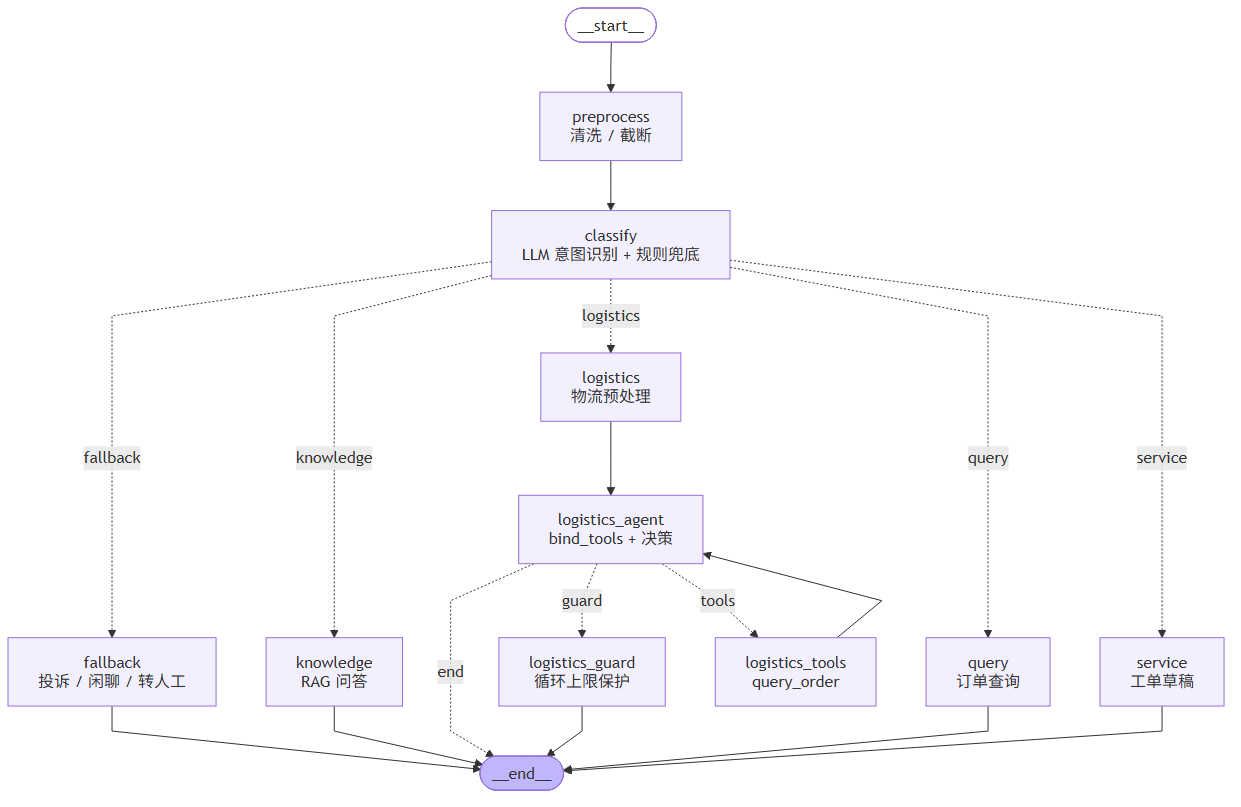
Above: docs/graph.png in II777II/qa-ticket-agent (Mermaid), before the change. Its source is kept beside it as docs/graph.mmd.
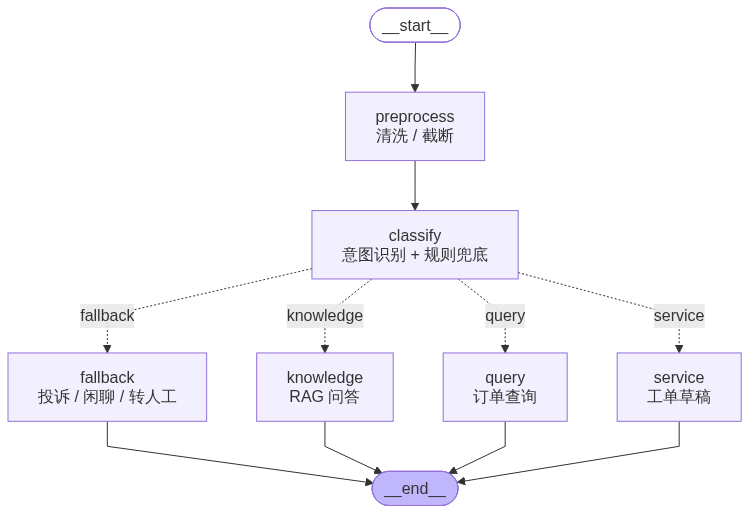
After the change.

Change to the diagram source:
```diff
@@ -6,31 +6,20 @@
 graph TD;
 	__start__([<p>__start__</p>]):::first
 	preprocess["preprocess<br/>清洗 / 截断"]
-	classify["classify<br/>LLM 意图识别 + 规则兜底"]
+	classify["classify<br/>意图识别 + 规则兜底"]
 	knowledge["knowledge<br/>RAG 问答"]
 	query["query<br/>订单查询"]
 	service["service<br/>工单草稿"]
-	logistics["logistics<br/>物流预处理"]
-	logistics_agent["logistics_agent<br/>bind_tools + 决策"]
-	logistics_guard["logistics_guard<br/>循环上限保护"]
 	fallback["fallback<br/>投诉 / 闲聊 / 转人工"]
-	logistics_tools["logistics_tools<br/>query_order"]
 	__end__([<p>__end__</p>]):::last
 	__start__ --> preprocess;
 	classify -.->|fallback| fallback;
 	classify -.->|knowledge| knowledge;
-	classify -.->|logistics| logistics;
 	classify -.->|query| query;
 	classify -.->|service| service;
-	logistics --> logistics_agent;
-	logistics_agent -. &nbsp;end&nbsp; .-> __end__;
-	logistics_agent -. &nbsp;guard&nbsp; .-> logistics_guard;
-	logistics_agent -. &nbsp;tools&nbsp; .-> logistics_tools;
-	logistics_tools --> logistics_agent;
 	preprocess --> classify;
 	fallback --> __end__;
 	knowledge --> __end__;
-	logistics_guard --> __end__;
 	query --> __end__;
 	service --> __end__;
 	classDef default fill:#f2f0ff,line-height:1.2
```
